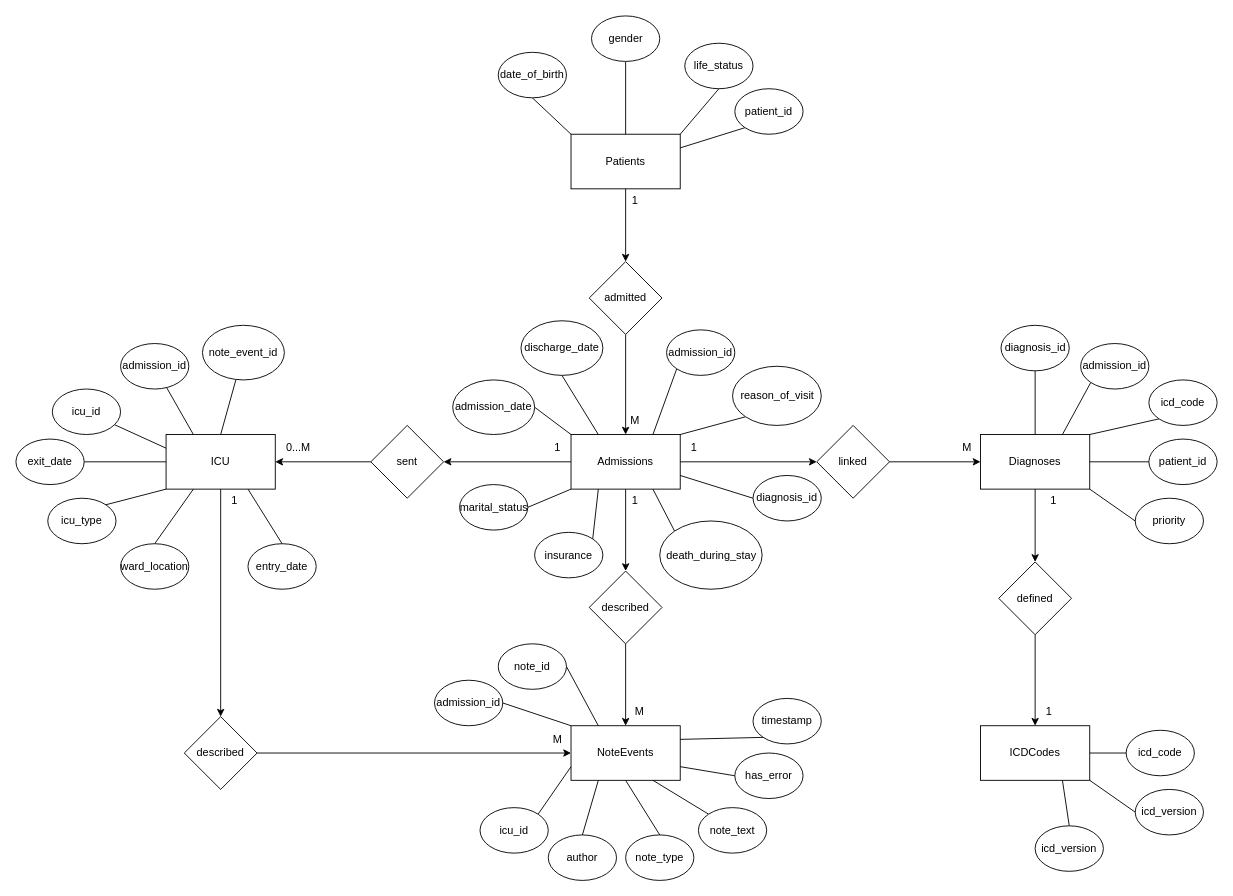
The draw.io diagram page "Chen Diagram" (3 of 3) of Untitled Diagram.drawio in Joshua131313/soen363, before the edit. Source tidied: cells renumbered, new cells numbered last; positions are measured from the earlier drawing's top-left corner, leaving out a move shared by most shapes. Both pictures are drawn from the tidied source at 91%, with x=0, y=0 at pixel (15, 15).
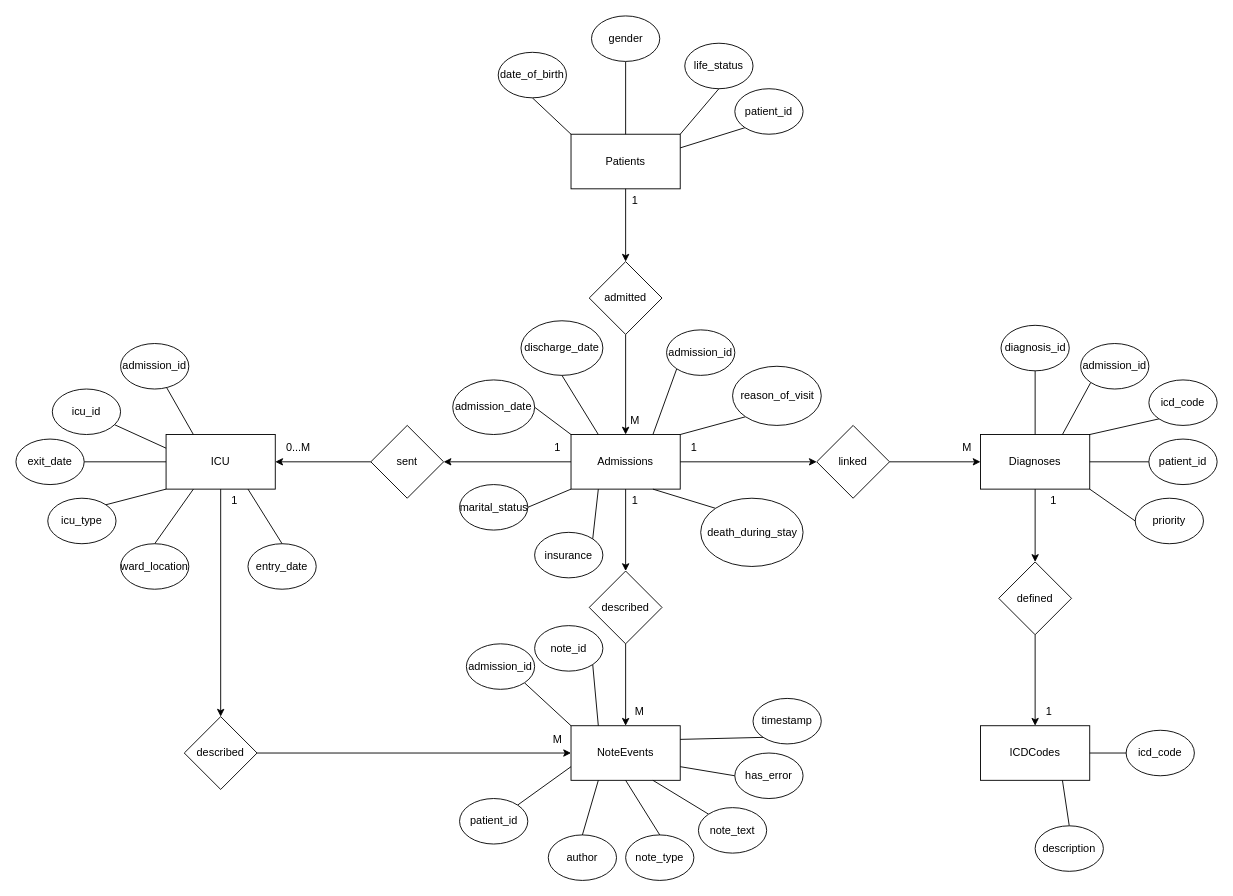
After the change.

Commit message:
Updated Chen Diagram

The change refers to these unchanged cells:
```xml
<mxCell id="4" value="NoteEvents" style="whiteSpace=wrap;html=1;" parent="1" vertex="1">
  <mxGeometry x="610" y="780" width="120" height="60" as="geometry" />
</mxCell>
<mxCell id="6" value="ICU" style="whiteSpace=wrap;html=1;" parent="1" vertex="1">
  <mxGeometry x="165" y="460" width="120" height="60" as="geometry" />
</mxCell>
<mxCell id="10" value="Admissions" style="whiteSpace=wrap;html=1;" parent="1" vertex="1">
  <mxGeometry x="610" y="460" width="120" height="60" as="geometry" />
</mxCell>
<mxCell id="13" value="ICDCodes" style="whiteSpace=wrap;html=1;" parent="1" vertex="1">
  <mxGeometry x="1060" y="780" width="120" height="60" as="geometry" />
</mxCell>
```

Diff of the diagram source:
```diff
@@
-    <mxCell id="26" style="rounded=0;jettySize=auto;html=1;entryX=0.5;entryY=0;entryDx=0;entryDy=0;startArrow=none;startFill=0;endArrow=none;endFill=0;" parent="1" edge="1" source="27" target="6">
-      <mxGeometry relative="1" as="geometry" />
-    </mxCell>
-    <mxCell id="27" value="note_event_id" style="ellipse;whiteSpace=wrap;html=1;" parent="1" vertex="1">
-      <mxGeometry x="205" y="340" width="90" height="60" as="geometry" />
-    </mxCell>
@@
-    <mxCell id="36" style="rounded=0;jettySize=auto;html=1;exitX=1;exitY=0.5;exitDx=0;exitDy=0;entryX=0.25;entryY=0;entryDx=0;entryDy=0;endArrow=none;endFill=0;" parent="1" edge="1" source="37" target="4">
+    <mxCell id="36" style="rounded=0;jettySize=auto;html=1;exitX=1;exitY=1;exitDx=0;exitDy=0;entryX=0.25;entryY=0;entryDx=0;entryDy=0;endArrow=none;endFill=0;" parent="1" edge="1" source="37" target="4">
       <mxGeometry relative="1" as="geometry" />
     </mxCell>
     <mxCell id="37" value="note_id" style="ellipse;whiteSpace=wrap;html=1;" parent="1" vertex="1">
-      <mxGeometry x="530" y="690" width="75" height="50" as="geometry" />
+      <mxGeometry x="570" y="670" width="75" height="50" as="geometry" />
     </mxCell>
-    <mxCell id="38" style="rounded=0;jettySize=auto;html=1;exitX=1;exitY=0.5;exitDx=0;exitDy=0;entryX=0;entryY=0;entryDx=0;entryDy=0;endArrow=none;endFill=0;" parent="1" edge="1" source="39" target="4">
+    <mxCell id="38" style="rounded=0;jettySize=auto;html=1;exitX=1;exitY=1;exitDx=0;exitDy=0;entryX=0;entryY=0;entryDx=0;entryDy=0;endArrow=none;endFill=0;" parent="1" edge="1" source="39" target="4">
       <mxGeometry relative="1" as="geometry" />
     </mxCell>
     <mxCell id="39" value="admission_id" style="ellipse;whiteSpace=wrap;html=1;" parent="1" vertex="1">
-      <mxGeometry x="460" y="730" width="75" height="50" as="geometry" />
+      <mxGeometry x="495" y="690" width="75" height="50" as="geometry" />
     </mxCell>
-    <mxCell id="40" style="rounded=0;jettySize=auto;html=1;exitX=1;exitY=0;exitDx=0;exitDy=0;entryX=0;entryY=0.75;entryDx=0;entryDy=0;endArrow=none;endFill=0;" parent="1" edge="1" source="41" target="4">
-      <mxGeometry relative="1" as="geometry" />
-    </mxCell>
-    <mxCell id="41" value="icu_id" style="ellipse;whiteSpace=wrap;html=1;" parent="1" vertex="1">
-      <mxGeometry x="510" y="870" width="75" height="50" as="geometry" />
-    </mxCell>
@@
-    <mxCell id="65" value="icd_version" style="ellipse;whiteSpace=wrap;html=1;" parent="1" vertex="1">
+    <mxCell id="65" value="description" style="ellipse;whiteSpace=wrap;html=1;" parent="1" vertex="1">
       <mxGeometry x="1120" y="890" width="75" height="50" as="geometry" />
     </mxCell>
-    <mxCell id="66" style="rounded=0;jettySize=auto;html=1;exitX=0;exitY=0.5;exitDx=0;exitDy=0;entryX=1;entryY=1;entryDx=0;entryDy=0;endArrow=none;endFill=0;" parent="1" edge="1" source="67" target="13">
-      <mxGeometry relative="1" as="geometry" />
-    </mxCell>
-    <mxCell id="67" value="icd_version" style="ellipse;whiteSpace=wrap;html=1;" parent="1" vertex="1">
-      <mxGeometry x="1230" y="850" width="75" height="50" as="geometry" />
-    </mxCell>
@@
-    <mxCell id="70" style="rounded=0;jettySize=auto;html=1;exitX=0;exitY=0.5;exitDx=0;exitDy=0;entryX=1;entryY=0.75;entryDx=0;entryDy=0;endArrow=none;endFill=0;" parent="1" edge="1" source="71" target="10">
-      <mxGeometry relative="1" as="geometry" />
-    </mxCell>
-    <mxCell id="71" value="diagnosis_id" style="ellipse;whiteSpace=wrap;html=1;" parent="1" vertex="1">
-      <mxGeometry x="810" y="505" width="75" height="50" as="geometry" />
-    </mxCell>
@@
     <mxCell id="73" value="death_during_stay" style="ellipse;whiteSpace=wrap;html=1;" parent="1" vertex="1">
-      <mxGeometry x="707.5" y="555" width="112.5" height="75" as="geometry" />
+      <mxGeometry x="752.5" y="530" width="112.5" height="75" as="geometry" />
     </mxCell>
@@
+    <mxCell id="108" style="rounded=0;jettySize=auto;html=1;exitX=1;exitY=0;exitDx=0;exitDy=0;entryX=0;entryY=0.75;entryDx=0;entryDy=0;endArrow=none;endFill=0;" parent="1" edge="1" source="109" target="4">
+      <mxGeometry relative="1" as="geometry" />
+    </mxCell>
+    <mxCell id="109" value="patient_id" style="ellipse;whiteSpace=wrap;html=1;" parent="1" vertex="1">
+      <mxGeometry x="487.5" y="860" width="75" height="50" as="geometry" />
+    </mxCell>
```
